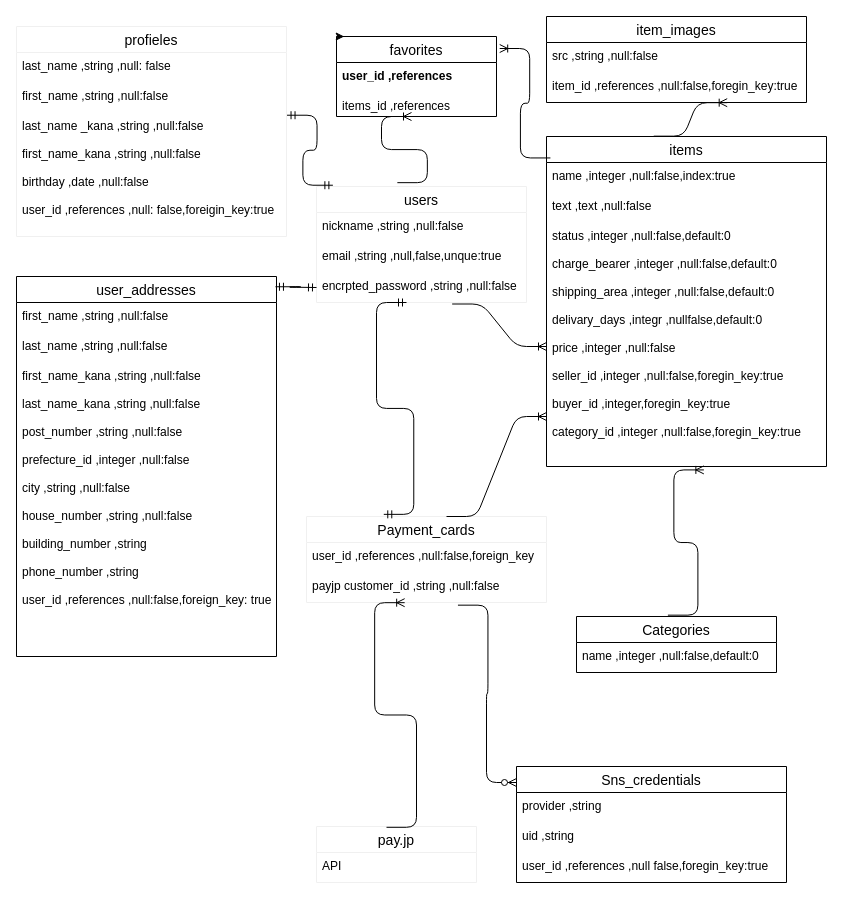
Earlier version of the draw.io diagram app/views/database.dio (takared44/furima-36069). Source tidied: cells renumbered, new cells numbered last; positions are measured from the earlier drawing's top-left corner, leaving out a move shared by most shapes. Both pictures are drawn from the tidied source at 100%, with x=0, y=0 at pixel (16, 16).
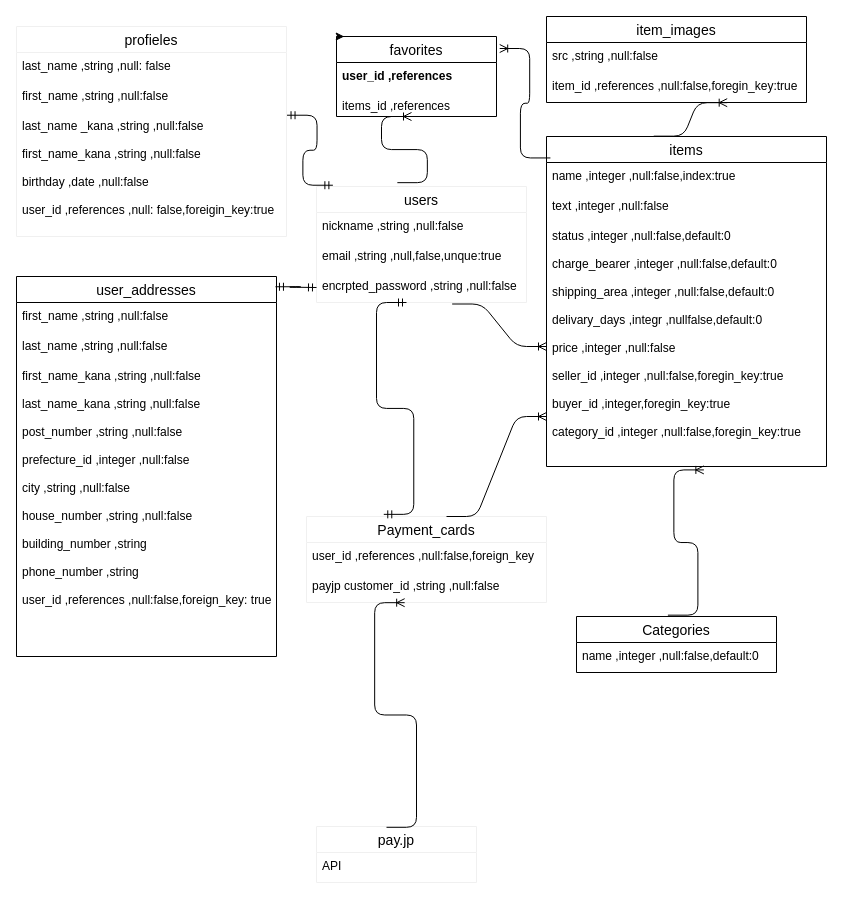
After the change.

Commit message (it also covers changes not shown here):
sns_credentialsテーブル削除

The change refers to these unchanged cells:
```xml
<mxCell id="12" value="payjp customer_id ,string ,null:false" style="text;strokeColor=none;fillColor=none;spacingLeft=4;spacingRight=4;overflow=hidden;points=[[0,0.5],[1,0.5]];portConstraint=eastwest;fontSize=12;" parent="10" vertex="1">
  <mxGeometry y="56" width="240" height="30" as="geometry" />
</mxCell>
<mxCell id="26" value="items" style="swimlane;fontStyle=0;horizontal=1;startSize=26;align=center;fontSize=14;fillColor=none;gradientColor=none;" parent="1" vertex="1">
  <mxGeometry x="530" y="120" width="280" height="330" as="geometry" />
</mxCell>
```

Diff of the diagram source:
```diff
@@
-    <mxCell id="28" value="text ,text ,null:false" style="text;strokeColor=none;fillColor=none;spacingLeft=4;spacingRight=4;overflow=hidden;fontSize=12;" parent="26" vertex="1">
+    <mxCell id="28" value="text ,integer ,null:false" style="text;strokeColor=none;fillColor=none;spacingLeft=4;spacingRight=4;overflow=hidden;fontSize=12;" parent="26" vertex="1">
       <mxGeometry y="56" width="280" height="30" as="geometry" />
     </mxCell>
@@
-    <mxCell id="32" value="Sns_credentials" style="swimlane;fontStyle=0;horizontal=1;startSize=26;align=center;fontSize=14;fillColor=none;gradientColor=none;" parent="1" vertex="1">
-      <mxGeometry x="500" y="750" width="270" height="116" as="geometry" />
-    </mxCell>
-    <mxCell id="33" value="provider ,string&#10;" style="text;strokeColor=none;fillColor=none;spacingLeft=4;spacingRight=4;overflow=hidden;fontSize=12;" parent="32" vertex="1">
-      <mxGeometry y="26" width="270" height="30" as="geometry" />
-    </mxCell>
-    <mxCell id="34" value="uid ,string&#10;" style="text;strokeColor=none;fillColor=none;spacingLeft=4;spacingRight=4;overflow=hidden;fontSize=12;" parent="32" vertex="1">
-      <mxGeometry y="56" width="270" height="30" as="geometry" />
-    </mxCell>
-    <mxCell id="35" value="user_id ,references ,null false,foregin_key:true" style="text;strokeColor=none;fillColor=none;spacingLeft=4;spacingRight=4;overflow=hidden;fontSize=12;" parent="32" vertex="1">
-      <mxGeometry y="86" width="270" height="30" as="geometry" />
-    </mxCell>
@@
-    <mxCell id="40" style="edgeStyle=entityRelationEdgeStyle;fontSize=12;html=1;endArrow=ERzeroToMany;endFill=1;exitX=0.631;exitY=1.089;exitDx=0;exitDy=0;exitPerimeter=0;" parent="1" edge="1" source="12">
-      <mxGeometry relative="1" as="geometry">
-        <mxPoint x="500" y="766" as="targetPoint" />
-      </mxGeometry>
-    </mxCell>
```
